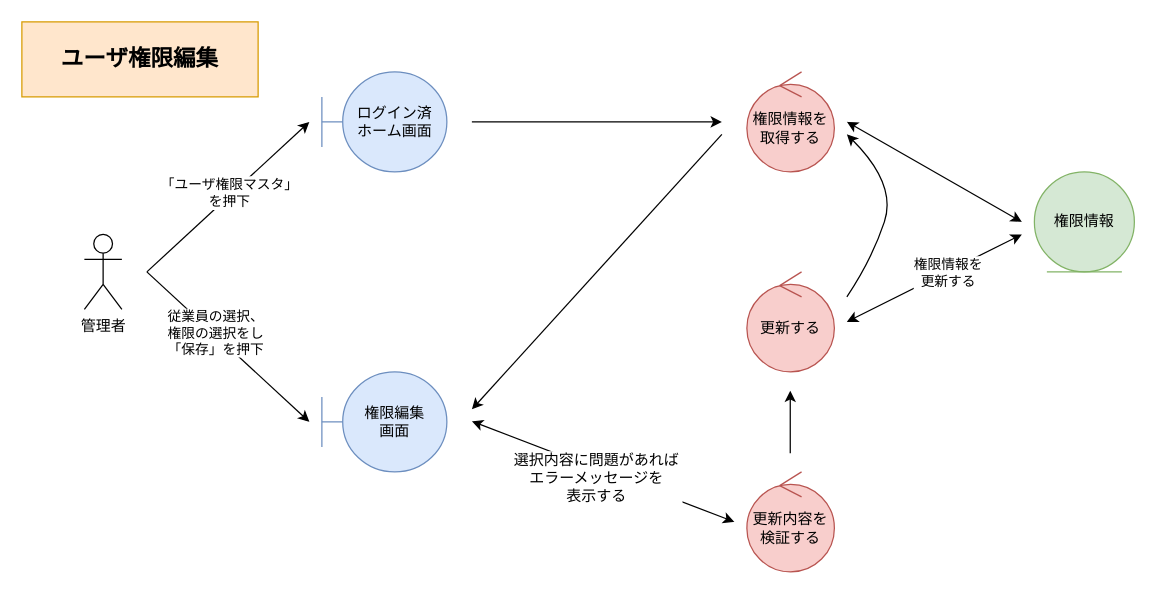
Earlier version of the draw.io diagram page "*ユーザ権限編集" (2 of 2) of 各種設計書/3ロバストネス図/アカウント/F00アカウント.drawio (HaruShim/Sotuken). Source tidied: cells renumbered, new cells numbered last; positions are measured from the earlier drawing's top-left corner, leaving out a move shared by most shapes. Both pictures are drawn from the tidied source at 125%, with x=0, y=0 at pixel (21, 21).
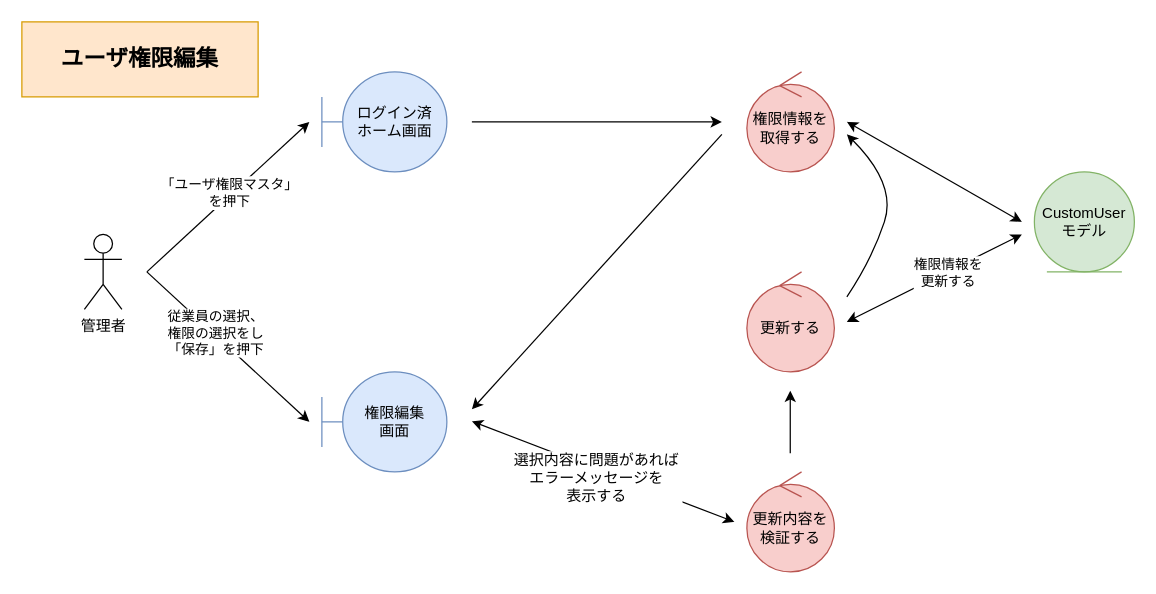
Above is the later version.

Change to the diagram source:
```diff
@@
+    <mxCell id="23" value="&lt;div style=&quot;color: rgb(177 , 231 , 177) ; background-color: rgb(0 , 32 , 32) ; font-family: &amp;#34;consolas&amp;#34; , &amp;#34;courier new&amp;#34; , monospace ; font-size: 14px ; line-height: 19px&quot;&gt;&lt;/div&gt;CustomUser&lt;br&gt;モデル" style="ellipse;shape=umlEntity;whiteSpace=wrap;html=1;fillColor=#d5e8d4;strokeColor=#82b366;" parent="1" vertex="1">
+      <mxGeometry x="810" y="120" width="80" height="80" as="geometry" />
+    </mxCell>
@@
-    <mxCell id="10" value="権限情報" style="ellipse;shape=umlEntity;whiteSpace=wrap;html=1;fillColor=#d5e8d4;strokeColor=#82b366;" parent="1" vertex="1">
-      <mxGeometry x="810" y="120" width="80" height="80" as="geometry" />
-    </mxCell>
```
